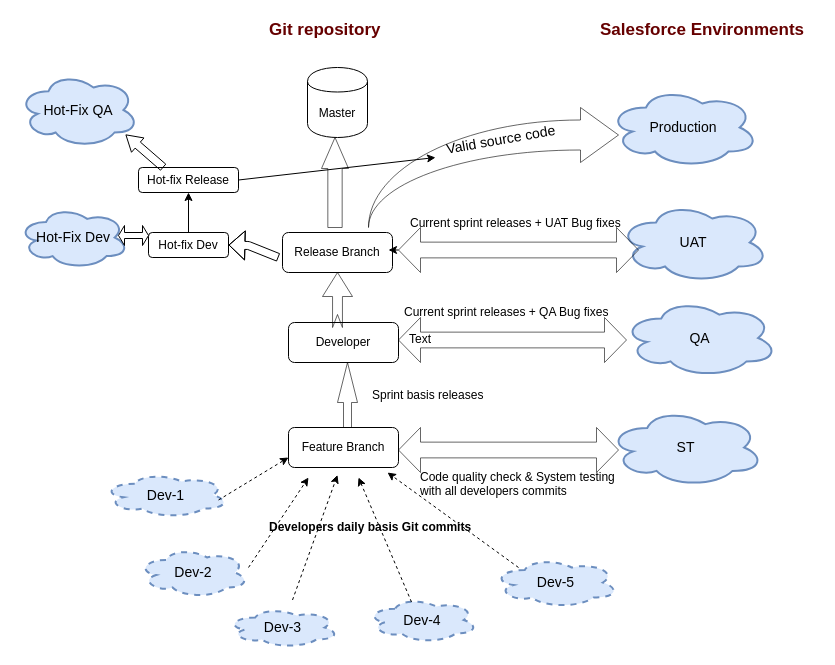
The draw.io diagram config/PLM.drawio in RatnaKumarMukiri/WILEY-PLM, before the edit. Source tidied: cells renumbered, new cells numbered last; positions are measured from the earlier drawing's top-left corner, leaving out a move shared by most shapes. Both pictures are drawn from the tidied source at 100%, with x=0, y=0 at pixel (18, 17).
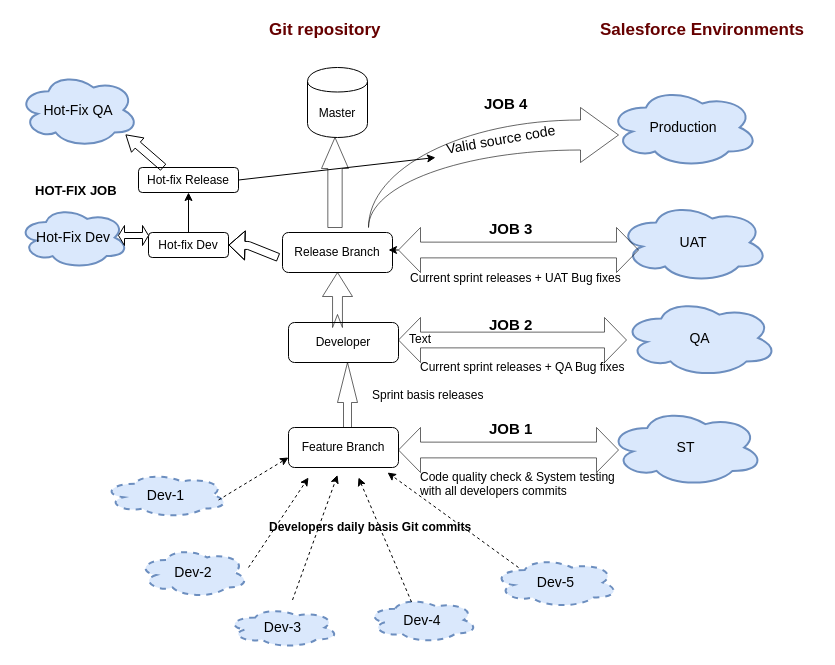
Above is the later version.

The edit, as a diff of the source:
```diff
@@
     <mxCell id="17" value="Current sprint releases + QA Bug fixes" style="text;html=1;align=left;verticalAlign=top;spacingTop=-4;" parent="1" vertex="1">
-      <mxGeometry x="384" y="285" width="220" height="20" as="geometry" />
+      <mxGeometry x="400" y="340" width="220" height="20" as="geometry" />
     </mxCell>
@@
     <mxCell id="21" value="Current sprint releases + UAT Bug fixes" style="text;html=1;align=left;verticalAlign=top;spacingTop=-4;" parent="1" vertex="1">
-      <mxGeometry x="390" y="196" width="230" height="20" as="geometry" />
+      <mxGeometry x="390" y="251" width="230" height="20" as="geometry" />
     </mxCell>
@@
+    <mxCell id="46" value="&lt;b&gt;&lt;font style=&quot;font-size: 15px&quot;&gt;JOB 1&lt;/font&gt;&lt;/b&gt;" style="text;html=1;align=left;verticalAlign=top;spacingTop=-4;" parent="1" vertex="1">
+      <mxGeometry x="469" y="400" width="60" height="20" as="geometry" />
+    </mxCell>
+    <mxCell id="47" value="&lt;b&gt;&lt;font style=&quot;font-size: 15px&quot;&gt;JOB 2&lt;/font&gt;&lt;/b&gt;" style="text;html=1;align=left;verticalAlign=top;spacingTop=-4;" parent="1" vertex="1">
+      <mxGeometry x="469" y="295.5" width="60" height="20" as="geometry" />
+    </mxCell>
+    <mxCell id="48" value="&lt;b&gt;&lt;font style=&quot;font-size: 15px&quot;&gt;JOB 3&lt;/font&gt;&lt;/b&gt;" style="text;html=1;align=left;verticalAlign=top;spacingTop=-4;" parent="1" vertex="1">
+      <mxGeometry x="469" y="200" width="60" height="20" as="geometry" />
+    </mxCell>
+    <mxCell id="49" value="&lt;b&gt;&lt;font style=&quot;font-size: 15px&quot;&gt;JOB 4&lt;/font&gt;&lt;/b&gt;" style="text;html=1;align=left;verticalAlign=top;spacingTop=-4;" parent="1" vertex="1">
+      <mxGeometry x="464" y="75" width="60" height="20" as="geometry" />
+    </mxCell>
+    <mxCell id="50" value="&lt;font style=&quot;font-size: 13px&quot;&gt;&lt;b&gt;HOT-FIX JOB&amp;nbsp;&lt;/b&gt;&lt;/font&gt;" style="text;html=1;align=left;verticalAlign=top;spacingTop=-4;" parent="1" vertex="1">
+      <mxGeometry x="15" y="162.5" width="100" height="20" as="geometry" />
+    </mxCell>
```
